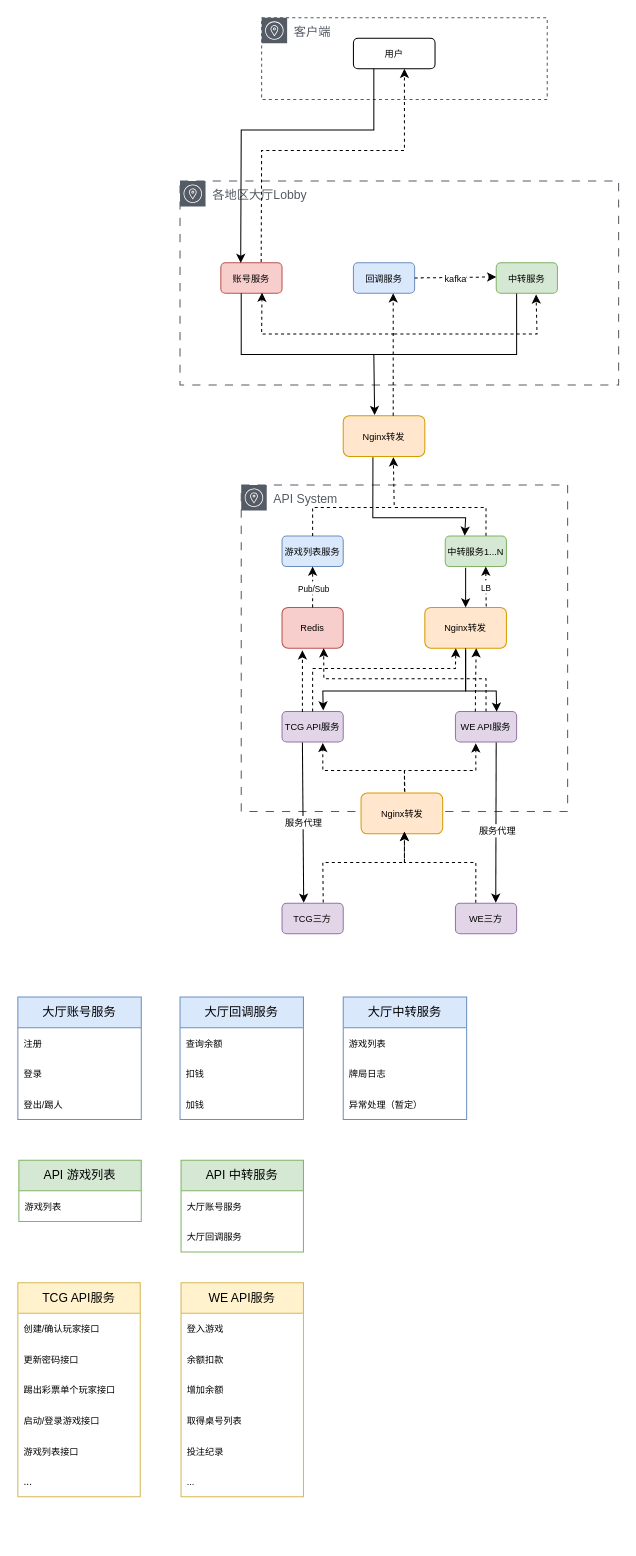
Earlier version of the draw.io diagram 初步架构.drawio (scodfield/ppt). Source tidied: cells renumbered, new cells numbered last; positions are measured from the earlier drawing's top-left corner, leaving out a move shared by most shapes. Both pictures are drawn from the tidied source at 102%, with x=0, y=0 at pixel (17, 17).
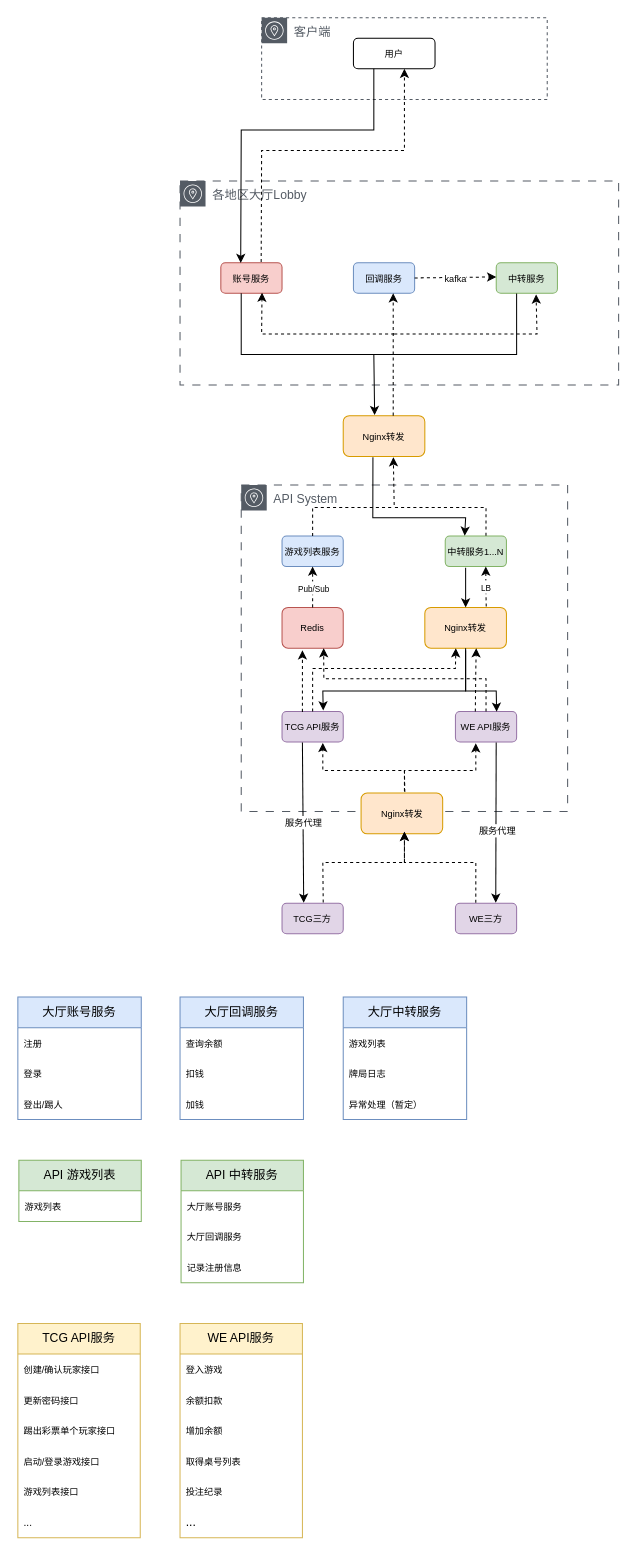
The same page after the edit.

Change to the diagram source:
```diff
@@
     <mxCell id="64" value="API 中转服务" style="swimlane;fontStyle=0;horizontal=1;startSize=30;whiteSpace=wrap;html=1;fillColor=#d5e8d4;strokeColor=#82b366;" parent="1" vertex="1">
-      <mxGeometry x="160" y="1120" width="120" height="90" as="geometry" />
+      <mxGeometry x="160" y="1120" width="120" height="120" as="geometry" />
     </mxCell>
@@
+    <mxCell id="81" value="&lt;font style=&quot;font-size: 9px;&quot;&gt;记录注册信息&lt;/font&gt;" style="text;strokeColor=none;fillColor=none;align=left;verticalAlign=middle;spacingLeft=4;spacingRight=4;overflow=hidden;whiteSpace=wrap;html=1;" parent="64" vertex="1">
+      <mxGeometry y="90" width="120" height="30" as="geometry" />
+    </mxCell>
     <mxCell id="67" value="TCG API服务" style="swimlane;fontStyle=0;horizontal=1;startSize=30;whiteSpace=wrap;html=1;fillColor=#fff2cc;strokeColor=#d6b656;" parent="1" vertex="1">
-      <mxGeometry y="1240" width="120" height="210" as="geometry" />
+      <mxGeometry y="1280" width="120" height="210" as="geometry" />
     </mxCell>
@@
     <mxCell id="74" value="WE API服务" style="swimlane;fontStyle=0;horizontal=1;startSize=30;whiteSpace=wrap;html=1;fillColor=#fff2cc;strokeColor=#d6b656;" parent="1" vertex="1">
-      <mxGeometry x="160" y="1240" width="120" height="210" as="geometry" />
+      <mxGeometry x="159" y="1280" width="120" height="210" as="geometry" />
     </mxCell>
@@
-    <mxCell id="80" value="&lt;font style=&quot;font-size: 9px;&quot;&gt;...&lt;/font&gt;" style="text;strokeColor=none;fillColor=none;align=left;verticalAlign=middle;spacingLeft=4;spacingRight=4;overflow=hidden;whiteSpace=wrap;html=1;" parent="74" vertex="1">
+    <mxCell id="80" value="&lt;font style=&quot;font-size: 12px;&quot;&gt;...&lt;/font&gt;" style="text;strokeColor=none;fillColor=none;align=left;verticalAlign=middle;spacingLeft=4;spacingRight=4;overflow=hidden;whiteSpace=wrap;html=1;" parent="74" vertex="1">
       <mxGeometry y="180" width="120" height="30" as="geometry" />
     </mxCell>
```
